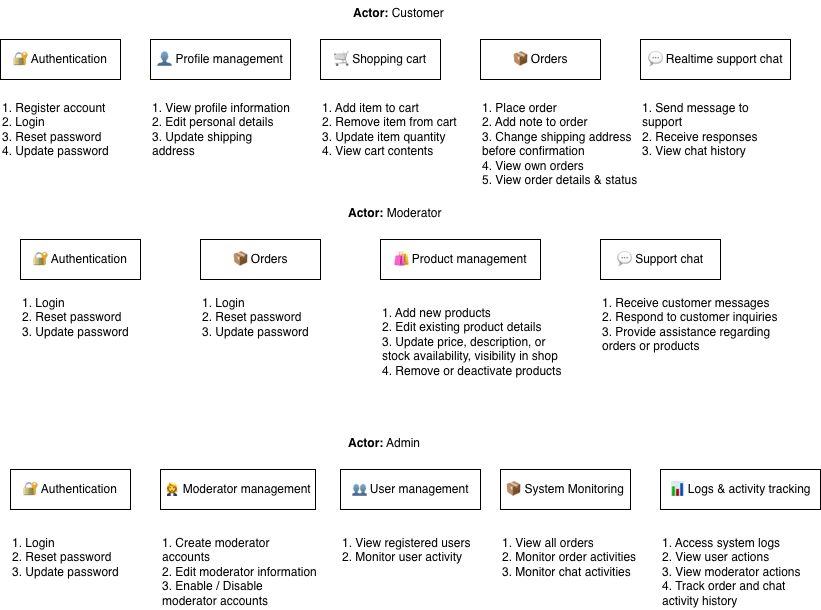
vladsosnov/bakery-store keeps this draw.io diagram as docs/demo/Bakery.drawio.png. Above is the earlier version. Source tidied: cells renumbered, new cells last; positions are measured from the earlier drawing's top-left corner, leaving out a move shared by most shapes. Its diagram source:
```xml
<mxGraphModel>
  <root>
    <mxCell id="0" />
    <mxCell id="1" parent="0" />
    <mxCell id="2" value="💬 Realtime support chat" style="rounded=0;whiteSpace=wrap;html=1;" parent="1" vertex="1">
      <mxGeometry x="640" y="40" width="150" height="40" as="geometry" />
    </mxCell>
    <mxCell id="3" value="1. Send message to support&#10;2. Receive responses&#10;3. View chat history" style="text;whiteSpace=wrap;" parent="1" vertex="1">
      <mxGeometry x="640" y="95" width="150" height="60" as="geometry" />
    </mxCell>
    <mxCell id="4" value="📦 Orders" style="whiteSpace=wrap;html=1;rounded=0;" parent="1" vertex="1">
      <mxGeometry x="480" y="40" width="120" height="40" as="geometry" />
    </mxCell>
    <mxCell id="5" value="&lt;span class=&quot;BZ_Pyq_fadeIn&quot;&gt;🔐 &lt;/span&gt;&lt;span class=&quot;BZ_Pyq_fadeIn&quot;&gt;Authentication&lt;/span&gt;" style="rounded=0;whiteSpace=wrap;html=1;" parent="1" vertex="1">
      <mxGeometry y="40" width="120" height="40" as="geometry" />
    </mxCell>
    <mxCell id="6" value="&lt;span class=&quot;BZ_Pyq_fadeIn&quot;&gt;👤 &lt;/span&gt;&lt;span class=&quot;BZ_Pyq_fadeIn&quot;&gt;Profile m&lt;/span&gt;&lt;span class=&quot;BZ_Pyq_fadeIn&quot;&gt;anagement&lt;/span&gt;" style="whiteSpace=wrap;html=1;rounded=0;" parent="1" vertex="1">
      <mxGeometry x="150" y="40" width="140" height="40" as="geometry" />
    </mxCell>
    <mxCell id="7" value="&lt;strong&gt;&lt;span class=&quot;BZ_Pyq_fadeIn&quot;&gt;Actor:&lt;/span&gt;&lt;/strong&gt;&lt;span class=&quot;BZ_Pyq_fadeIn&quot;&gt; &lt;/span&gt;&lt;span class=&quot;BZ_Pyq_fadeIn&quot;&gt;Customer&lt;/span&gt;" style="text;whiteSpace=wrap;html=1;" parent="1" vertex="1">
      <mxGeometry x="350.5" width="95" height="20" as="geometry" />
    </mxCell>
    <mxCell id="8" value="&lt;span class=&quot;BZ_Pyq_fadeIn&quot;&gt;🛒 &lt;/span&gt;&lt;span class=&quot;BZ_Pyq_fadeIn&quot;&gt;Shopping c&lt;/span&gt;&lt;span class=&quot;BZ_Pyq_fadeIn&quot;&gt;art&lt;/span&gt;" style="whiteSpace=wrap;html=1;rounded=0;" parent="1" vertex="1">
      <mxGeometry x="320" y="40" width="120" height="40" as="geometry" />
    </mxCell>
    <mxCell id="9" value="1. View profile information&#10;2. Edit personal details&#10;3. Update shipping address" style="text;whiteSpace=wrap;" parent="1" vertex="1">
      <mxGeometry x="150" y="95" width="140" height="60" as="geometry" />
    </mxCell>
    <mxCell id="10" value="1. Register account&#10;2. Login&#10;3. Reset password&#10;4. Update password" style="text;whiteSpace=wrap;" parent="1" vertex="1">
      <mxGeometry y="95" width="130" height="70" as="geometry" />
    </mxCell>
    <mxCell id="11" value="1. Add item to cart&#10;2. Remove item from cart&#10;3. Update item quantity&#10;4. View cart contents" style="text;whiteSpace=wrap;" parent="1" vertex="1">
      <mxGeometry x="320" y="95" width="150" height="70" as="geometry" />
    </mxCell>
    <mxCell id="12" value="1. Place order&#10;2. Add note to order&#10;3. Change shipping address before confirmation&#10;4. View own orders&#10;5. View order details &amp; status" style="text;whiteSpace=wrap;" parent="1" vertex="1">
      <mxGeometry x="480" y="95" width="160" height="100" as="geometry" />
    </mxCell>
    <mxCell id="13" value="&lt;strong&gt;&lt;span class=&quot;BZ_Pyq_fadeIn&quot;&gt;Actor:&lt;/span&gt;&lt;/strong&gt;&lt;span class=&quot;BZ_Pyq_fadeIn&quot;&gt; &lt;/span&gt;&lt;span class=&quot;BZ_Pyq_fadeIn&quot;&gt;Moderator&lt;/span&gt;" style="text;whiteSpace=wrap;html=1;" parent="1" vertex="1">
      <mxGeometry x="346" y="200" width="104" height="20" as="geometry" />
    </mxCell>
    <mxCell id="14" value="&lt;span class=&quot;BZ_Pyq_fadeIn&quot;&gt;🔐 &lt;/span&gt;&lt;span class=&quot;BZ_Pyq_fadeIn&quot;&gt;Authentication&lt;/span&gt;" style="rounded=0;whiteSpace=wrap;html=1;" parent="1" vertex="1">
      <mxGeometry x="20" y="240" width="120" height="40" as="geometry" />
    </mxCell>
    <mxCell id="15" value="📦 Orders" style="whiteSpace=wrap;html=1;rounded=0;" parent="1" vertex="1">
      <mxGeometry x="200" y="240" width="120" height="40" as="geometry" />
    </mxCell>
    <mxCell id="16" value="&lt;span class=&quot;BZ_Pyq_fadeIn&quot;&gt;🛍 &lt;/span&gt;&lt;span class=&quot;BZ_Pyq_fadeIn&quot;&gt;Product m&lt;/span&gt;&lt;span class=&quot;BZ_Pyq_fadeIn&quot;&gt;anagement&lt;/span&gt;" style="whiteSpace=wrap;html=1;rounded=0;" parent="1" vertex="1">
      <mxGeometry x="380" y="240" width="160" height="40" as="geometry" />
    </mxCell>
    <mxCell id="17" value="&lt;span class=&quot;BZ_Pyq_fadeIn&quot;&gt;💬 &lt;/span&gt;&lt;span class=&quot;BZ_Pyq_fadeIn&quot;&gt;Support c&lt;/span&gt;&lt;span class=&quot;BZ_Pyq_fadeIn&quot;&gt;hat&lt;/span&gt;" style="rounded=0;whiteSpace=wrap;html=1;" parent="1" vertex="1">
      <mxGeometry x="600" y="240" width="120" height="40" as="geometry" />
    </mxCell>
    <mxCell id="18" value="1. Receive customer messages&#10;2. Respond to customer inquiries&#10;3. Provide assistance regarding orders or products" style="text;whiteSpace=wrap;" parent="1" vertex="1">
      <mxGeometry x="600" y="290" width="201" height="70" as="geometry" />
    </mxCell>
    <mxCell id="19" value="1. Add new products&#10;2. Edit existing product details&#10;3. Update price, description, or stock availability, visibility in shop&#10;4. Remove or deactivate products" style="text;whiteSpace=wrap;" parent="1" vertex="1">
      <mxGeometry x="380" y="300" width="190" height="90" as="geometry" />
    </mxCell>
    <mxCell id="20" value="1. Login&#10;2. Reset password&#10;3. Update password" style="text;whiteSpace=wrap;" parent="1" vertex="1">
      <mxGeometry x="20" y="290" width="130" height="60" as="geometry" />
    </mxCell>
    <mxCell id="21" value="1. Login&#10;2. Reset password&#10;3. Update password" style="text;whiteSpace=wrap;" parent="1" vertex="1">
      <mxGeometry x="200" y="290" width="130" height="60" as="geometry" />
    </mxCell>
    <mxCell id="22" value="&lt;strong&gt;&lt;span class=&quot;BZ_Pyq_fadeIn&quot;&gt;Actor:&lt;/span&gt;&lt;/strong&gt;&lt;span class=&quot;BZ_Pyq_fadeIn&quot;&gt; &lt;/span&gt;&lt;span class=&quot;BZ_Pyq_fadeIn&quot;&gt;Admin&lt;/span&gt;" style="text;whiteSpace=wrap;html=1;" parent="1" vertex="1">
      <mxGeometry x="346" y="430" width="85" height="20" as="geometry" />
    </mxCell>
    <mxCell id="23" value="&lt;span class=&quot;BZ_Pyq_fadeIn&quot;&gt;🔐 &lt;/span&gt;&lt;span class=&quot;BZ_Pyq_fadeIn&quot;&gt;Authentication&lt;/span&gt;" style="rounded=0;whiteSpace=wrap;html=1;" parent="1" vertex="1">
      <mxGeometry x="10" y="470" width="120" height="40" as="geometry" />
    </mxCell>
    <mxCell id="24" value="1. Login&#10;2. Reset password&#10;3. Update password" style="text;whiteSpace=wrap;" parent="1" vertex="1">
      <mxGeometry x="10" y="530" width="130" height="60" as="geometry" />
    </mxCell>
    <mxCell id="25" value="&lt;span style=&quot;text-align: left;&quot;&gt;👩‍💼 Moderator management&lt;/span&gt;" style="rounded=0;whiteSpace=wrap;html=1;" parent="1" vertex="1">
      <mxGeometry x="160" y="470" width="155" height="40" as="geometry" />
    </mxCell>
    <mxCell id="26" value="1. Create moderator accounts&#10;2. Edit moderator information&#10;3. Enable / Disable moderator accounts" style="text;whiteSpace=wrap;" parent="1" vertex="1">
      <mxGeometry x="160" y="530" width="160" height="60" as="geometry" />
    </mxCell>
    <mxCell id="27" value="&lt;span style=&quot;text-align: left;&quot;&gt;👥 User management&lt;/span&gt;" style="rounded=0;whiteSpace=wrap;html=1;" parent="1" vertex="1">
      <mxGeometry x="340" y="470" width="140" height="40" as="geometry" />
    </mxCell>
    <mxCell id="28" value="1. View registered users&#10;2. Monitor user activity" style="text;whiteSpace=wrap;" parent="1" vertex="1">
      <mxGeometry x="340" y="530" width="150" height="80" as="geometry" />
    </mxCell>
    <mxCell id="29" value="&lt;div style=&quot;text-align: left;&quot;&gt;&lt;span style=&quot;background-color: transparent;&quot;&gt;📦 System Monitoring&lt;/span&gt;&lt;/div&gt;" style="rounded=0;whiteSpace=wrap;html=1;" parent="1" vertex="1">
      <mxGeometry x="500" y="470" width="130" height="40" as="geometry" />
    </mxCell>
    <mxCell id="30" value="1. View all orders&#10;2. Monitor order activities&#10;3. Monitor chat activities" style="text;whiteSpace=wrap;" parent="1" vertex="1">
      <mxGeometry x="500" y="530" width="140" height="60" as="geometry" />
    </mxCell>
    <mxCell id="31" value="&lt;div style=&quot;text-align: left;&quot;&gt;📊 Logs &amp;amp; activity tracking&lt;/div&gt;" style="rounded=0;whiteSpace=wrap;html=1;" parent="1" vertex="1">
      <mxGeometry x="660" y="470" width="160" height="40" as="geometry" />
    </mxCell>
    <mxCell id="32" value="1. Access system logs&#10;2. View user actions&#10;3. View moderator actions&#10;4. Track order and chat activity history" style="text;whiteSpace=wrap;" parent="1" vertex="1">
      <mxGeometry x="660" y="530" width="160" height="70" as="geometry" />
    </mxCell>
  </root>
</mxGraphModel>
```
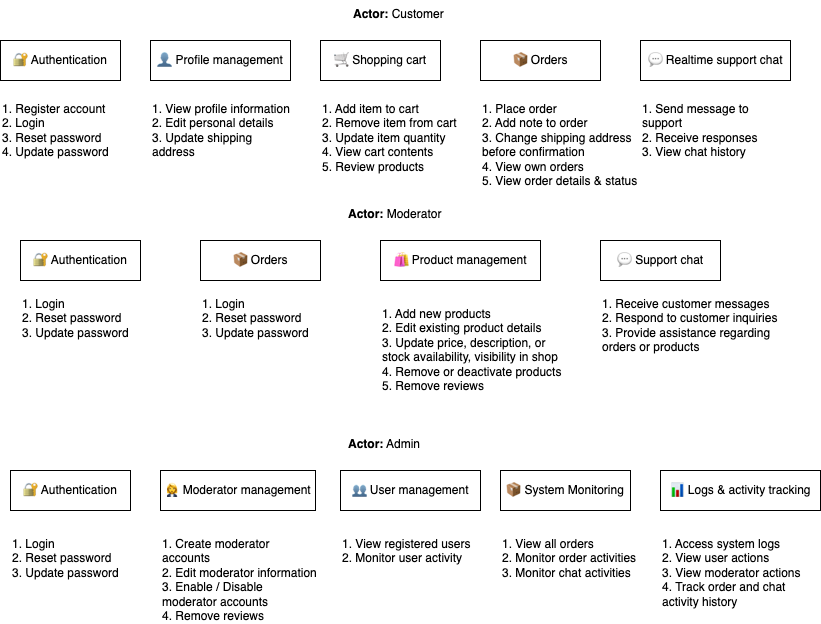
After the commit.

Diff of the diagram source:
```diff
@@ -29,7 +29,7 @@
     <mxCell id="10" value="1. Register account&#10;2. Login&#10;3. Reset password&#10;4. Update password" style="text;whiteSpace=wrap;" parent="1" vertex="1">
       <mxGeometry y="95" width="130" height="70" as="geometry" />
     </mxCell>
-    <mxCell id="11" value="1. Add item to cart&#10;2. Remove item from cart&#10;3. Update item quantity&#10;4. View cart contents" style="text;whiteSpace=wrap;" parent="1" vertex="1">
+    <mxCell id="11" value="1. Add item to cart&#10;2. Remove item from cart&#10;3. Update item quantity&#10;4. View cart contents&#10;5. Review products" style="text;whiteSpace=wrap;" parent="1" vertex="1">
       <mxGeometry x="320" y="95" width="150" height="70" as="geometry" />
     </mxCell>
     <mxCell id="12" value="1. Place order&#10;2. Add note to order&#10;3. Change shipping address before confirmation&#10;4. View own orders&#10;5. View order details &amp; status" style="text;whiteSpace=wrap;" parent="1" vertex="1">
@@ -53,7 +53,7 @@
     <mxCell id="18" value="1. Receive customer messages&#10;2. Respond to customer inquiries&#10;3. Provide assistance regarding orders or products" style="text;whiteSpace=wrap;" parent="1" vertex="1">
       <mxGeometry x="600" y="290" width="201" height="70" as="geometry" />
     </mxCell>
-    <mxCell id="19" value="1. Add new products&#10;2. Edit existing product details&#10;3. Update price, description, or stock availability, visibility in shop&#10;4. Remove or deactivate products" style="text;whiteSpace=wrap;" parent="1" vertex="1">
+    <mxCell id="19" value="1. Add new products&#10;2. Edit existing product details&#10;3. Update price, description, or stock availability, visibility in shop&#10;4. Remove or deactivate products&#10;5. Remove reviews" style="text;whiteSpace=wrap;" parent="1" vertex="1">
       <mxGeometry x="380" y="300" width="190" height="90" as="geometry" />
     </mxCell>
     <mxCell id="20" value="1. Login&#10;2. Reset password&#10;3. Update password" style="text;whiteSpace=wrap;" parent="1" vertex="1">
@@ -74,7 +74,7 @@
     <mxCell id="25" value="&lt;span style=&quot;text-align: left;&quot;&gt;👩‍💼 Moderator management&lt;/span&gt;" style="rounded=0;whiteSpace=wrap;html=1;" parent="1" vertex="1">
       <mxGeometry x="160" y="470" width="155" height="40" as="geometry" />
     </mxCell>
-    <mxCell id="26" value="1. Create moderator accounts&#10;2. Edit moderator information&#10;3. Enable / Disable moderator accounts" style="text;whiteSpace=wrap;" parent="1" vertex="1">
+    <mxCell id="26" value="1. Create moderator accounts&#10;2. Edit moderator information&#10;3. Enable / Disable moderator accounts&#10;4. Remove reviews" style="text;whiteSpace=wrap;" parent="1" vertex="1">
       <mxGeometry x="160" y="530" width="160" height="60" as="geometry" />
     </mxCell>
     <mxCell id="27" value="&lt;span style=&quot;text-align: left;&quot;&gt;👥 User management&lt;/span&gt;" style="rounded=0;whiteSpace=wrap;html=1;" parent="1" vertex="1">
```
